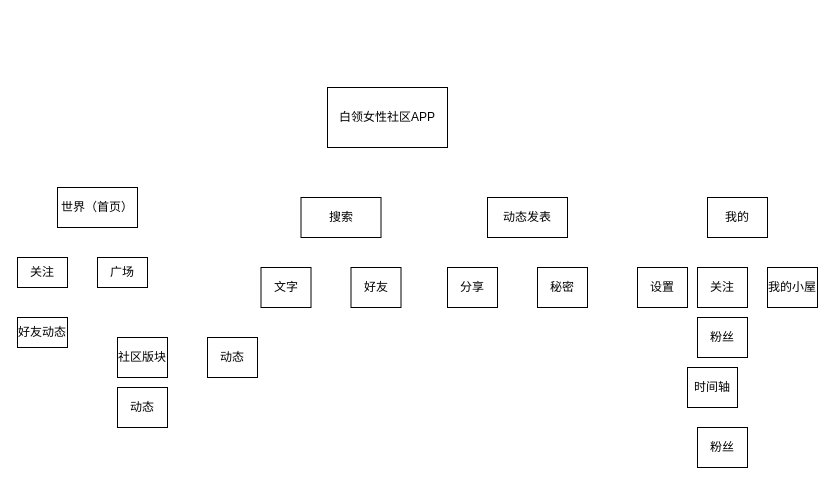
Earlier version of the draw.io diagram Untitled Diagram.drawio (Corkkly/officeLady). Source tidied: cells renumbered, new cells numbered last; positions are measured from the earlier drawing's top-left corner, leaving out a move shared by most shapes. Both pictures are drawn from the tidied source at 100%, with x=0, y=0 at pixel (17, 87).
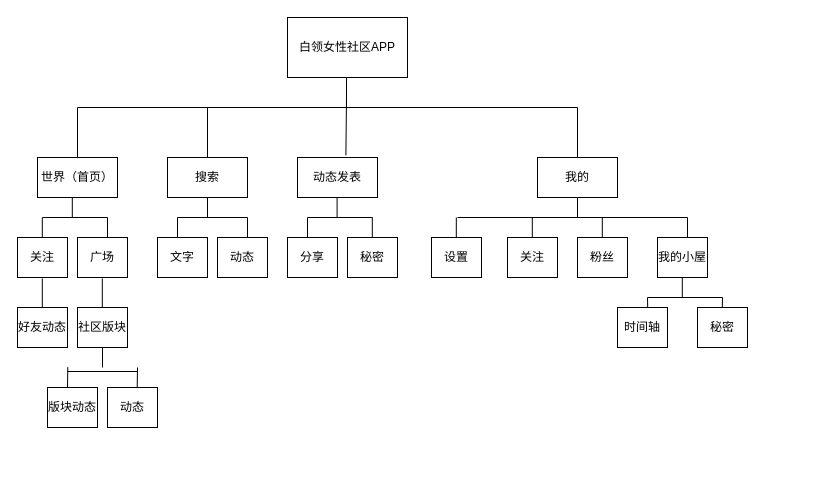
After the change.

Change to the diagram source:
```diff
@@
     <mxCell id="2" value="白领女性社区APP" style="rounded=0;whiteSpace=wrap;html=1;" parent="1" vertex="1">
-      <mxGeometry x="310" width="120" height="60" as="geometry" />
+      <mxGeometry x="270" y="-70" width="120" height="60" as="geometry" />
     </mxCell>
     <mxCell id="3" value="搜索" style="rounded=0;whiteSpace=wrap;html=1;" parent="1" vertex="1">
-      <mxGeometry x="283.5" y="110" width="80" height="40" as="geometry" />
+      <mxGeometry x="150" y="70" width="80" height="40" as="geometry" />
     </mxCell>
     <mxCell id="4" value="世界（首页）" style="rounded=0;whiteSpace=wrap;html=1;" parent="1" vertex="1">
-      <mxGeometry x="40" y="100" width="80" height="40" as="geometry" />
+      <mxGeometry x="20" y="70" width="80" height="40" as="geometry" />
     </mxCell>
     <mxCell id="5" value="动态发表" style="rounded=0;whiteSpace=wrap;html=1;" parent="1" vertex="1">
-      <mxGeometry x="470" y="110" width="80" height="40" as="geometry" />
+      <mxGeometry x="280" y="70" width="80" height="40" as="geometry" />
     </mxCell>
     <mxCell id="6" value="我的" style="rounded=0;whiteSpace=wrap;html=1;" parent="1" vertex="1">
-      <mxGeometry x="690" y="110" width="60" height="40" as="geometry" />
+      <mxGeometry x="520" y="70" width="80" height="40" as="geometry" />
     </mxCell>
     <mxCell id="7" value="关注" style="rounded=0;whiteSpace=wrap;html=1;" parent="1" vertex="1">
-      <mxGeometry y="170" width="50" height="30" as="geometry" />
+      <mxGeometry y="150" width="50" height="40" as="geometry" />
     </mxCell>
     <mxCell id="8" value="广场" style="rounded=0;whiteSpace=wrap;html=1;" parent="1" vertex="1">
-      <mxGeometry x="80" y="170" width="50" height="30" as="geometry" />
+      <mxGeometry x="60" y="150" width="50" height="40" as="geometry" />
     </mxCell>
     <mxCell id="9" value="好友动态" style="rounded=0;whiteSpace=wrap;html=1;" parent="1" vertex="1">
-      <mxGeometry y="230" width="50" height="30" as="geometry" />
+      <mxGeometry y="220" width="50" height="40" as="geometry" />
     </mxCell>
     <mxCell id="10" value="社区版块" style="rounded=0;whiteSpace=wrap;html=1;" parent="1" vertex="1">
-      <mxGeometry x="100" y="250" width="50" height="40" as="geometry" />
+      <mxGeometry x="60" y="220" width="50" height="40" as="geometry" />
     </mxCell>
     <mxCell id="11" value="动态" style="rounded=0;whiteSpace=wrap;html=1;" parent="1" vertex="1">
-      <mxGeometry x="190" y="250" width="50" height="40" as="geometry" />
+      <mxGeometry x="200" y="150" width="50" height="40" as="geometry" />
     </mxCell>
-    <mxCell id="12" value="动态" style="rounded=0;whiteSpace=wrap;html=1;" parent="1" vertex="1">
-      <mxGeometry x="100" y="300" width="50" height="40" as="geometry" />
+    <mxCell id="12" value="版块动态" style="rounded=0;whiteSpace=wrap;html=1;" parent="1" vertex="1">
+      <mxGeometry x="30" y="300" width="50" height="40" as="geometry" />
     </mxCell>
     <mxCell id="13" value="文字" style="rounded=0;whiteSpace=wrap;html=1;" parent="1" vertex="1">
-      <mxGeometry x="243.5" y="180" width="50" height="40" as="geometry" />
+      <mxGeometry x="140" y="150" width="50" height="40" as="geometry" />
     </mxCell>
-    <mxCell id="14" value="好友" style="rounded=0;whiteSpace=wrap;html=1;" parent="1" vertex="1">
-      <mxGeometry x="333.5" y="180" width="50" height="40" as="geometry" />
+    <mxCell id="14" value="动态" style="rounded=0;whiteSpace=wrap;html=1;" parent="1" vertex="1">
+      <mxGeometry x="90" y="300" width="50" height="40" as="geometry" />
     </mxCell>
     <mxCell id="15" value="分享" style="rounded=0;whiteSpace=wrap;html=1;" parent="1" vertex="1">
-      <mxGeometry x="430" y="180" width="50" height="40" as="geometry" />
+      <mxGeometry x="270" y="150" width="50" height="40" as="geometry" />
     </mxCell>
     <mxCell id="16" value="秘密" style="rounded=0;whiteSpace=wrap;html=1;" parent="1" vertex="1">
-      <mxGeometry x="520" y="180" width="50" height="40" as="geometry" />
+      <mxGeometry x="330" y="150" width="50" height="40" as="geometry" />
     </mxCell>
     <mxCell id="17" value="设置" style="rounded=0;whiteSpace=wrap;html=1;" parent="1" vertex="1">
-      <mxGeometry x="620" y="180" width="50" height="40" as="geometry" />
+      <mxGeometry x="414" y="150" width="50" height="40" as="geometry" />
     </mxCell>
     <mxCell id="18" value="关注" style="rounded=0;whiteSpace=wrap;html=1;" parent="1" vertex="1">
-      <mxGeometry x="680" y="180" width="50" height="40" as="geometry" />
+      <mxGeometry x="490" y="150" width="50" height="40" as="geometry" />
     </mxCell>
     <mxCell id="19" value="粉丝" style="rounded=0;whiteSpace=wrap;html=1;" parent="1" vertex="1">
-      <mxGeometry x="680" y="230" width="50" height="40" as="geometry" />
+      <mxGeometry x="560" y="150" width="50" height="40" as="geometry" />
     </mxCell>
     <mxCell id="20" value="我的小屋" style="rounded=0;whiteSpace=wrap;html=1;" parent="1" vertex="1">
-      <mxGeometry x="750" y="180" width="50" height="40" as="geometry" />
+      <mxGeometry x="640" y="150" width="50" height="40" as="geometry" />
     </mxCell>
     <mxCell id="21" value="时间轴" style="rounded=0;whiteSpace=wrap;html=1;" parent="1" vertex="1">
-      <mxGeometry x="670" y="280" width="50" height="40" as="geometry" />
+      <mxGeometry x="600" y="220" width="50" height="40" as="geometry" />
     </mxCell>
-    <mxCell id="22" value="粉丝" style="rounded=0;whiteSpace=wrap;html=1;" parent="1" vertex="1">
-      <mxGeometry x="680" y="340" width="50" height="40" as="geometry" />
-    </mxCell>
+    <mxCell id="23" value="秘密&lt;br&gt;" style="rounded=0;whiteSpace=wrap;html=1;" parent="1" vertex="1">
+      <mxGeometry x="680" y="220" width="50" height="40" as="geometry" />
+    </mxCell>
+    <mxCell id="24" style="edgeStyle=orthogonalEdgeStyle;rounded=0;orthogonalLoop=1;jettySize=auto;html=1;exitX=0.5;exitY=1;exitDx=0;exitDy=0;" parent="1" edge="1">
+      <mxGeometry relative="1" as="geometry">
+        <mxPoint x="85" y="200" as="sourcePoint" />
+        <mxPoint x="85" y="200" as="targetPoint" />
+      </mxGeometry>
+    </mxCell>
+    <mxCell id="25" style="endArrow=none;html=1;" parent="1" edge="1">
+      <mxGeometry relative="1" as="geometry">
+        <mxPoint x="60" y="20" as="sourcePoint" />
+        <mxPoint x="560" y="20" as="targetPoint" />
+      </mxGeometry>
+    </mxCell>
+    <mxCell id="26" style="endArrow=none;html=1;" parent="1" edge="1">
+      <mxGeometry relative="1" as="geometry">
+        <mxPoint x="440" y="130" as="sourcePoint" />
+        <mxPoint x="670" y="130" as="targetPoint" />
+      </mxGeometry>
+    </mxCell>
+    <mxCell id="27" style="endArrow=none;html=1;" parent="1" edge="1">
+      <mxGeometry relative="1" as="geometry">
+        <mxPoint x="25" y="130" as="sourcePoint" />
+        <mxPoint x="90" y="130" as="targetPoint" />
+      </mxGeometry>
+    </mxCell>
+    <mxCell id="28" style="endArrow=none;html=1;" parent="1" edge="1">
+      <mxGeometry relative="1" as="geometry">
+        <mxPoint x="160" y="130" as="sourcePoint" />
+        <mxPoint x="230" y="130" as="targetPoint" />
+      </mxGeometry>
+    </mxCell>
+    <mxCell id="29" style="endArrow=none;html=1;" parent="1" edge="1">
+      <mxGeometry relative="1" as="geometry">
+        <mxPoint x="290" y="130" as="sourcePoint" />
+        <mxPoint x="355" y="130" as="targetPoint" />
+      </mxGeometry>
+    </mxCell>
+    <mxCell id="30" style="endArrow=none;html=1;" parent="1" edge="1">
+      <mxGeometry relative="1" as="geometry">
+        <mxPoint x="50" y="284" as="sourcePoint" />
+        <mxPoint x="120" y="284" as="targetPoint" />
+      </mxGeometry>
+    </mxCell>
+    <mxCell id="31" style="endArrow=none;html=1;" parent="1" edge="1">
+      <mxGeometry relative="1" as="geometry">
+        <mxPoint x="630" y="210" as="sourcePoint" />
+        <mxPoint x="705" y="210" as="targetPoint" />
+      </mxGeometry>
+    </mxCell>
+    <mxCell id="32" style="endArrow=none;html=1;" parent="1" edge="1">
+      <mxGeometry relative="1" as="geometry">
+        <mxPoint x="560" y="70" as="sourcePoint" />
+        <mxPoint x="560" y="20" as="targetPoint" />
+      </mxGeometry>
+    </mxCell>
+    <mxCell id="33" style="endArrow=none;html=1;" parent="1" edge="1">
+      <mxGeometry relative="1" as="geometry">
+        <mxPoint x="60" y="70" as="sourcePoint" />
+        <mxPoint x="60" y="20" as="targetPoint" />
+      </mxGeometry>
+    </mxCell>
+    <mxCell id="34" style="endArrow=none;html=1;" parent="1" edge="1">
+      <mxGeometry relative="1" as="geometry">
+        <mxPoint x="329" y="20" as="sourcePoint" />
+        <mxPoint x="329" y="-10" as="targetPoint" />
+      </mxGeometry>
+    </mxCell>
+    <mxCell id="35" style="endArrow=none;html=1;" parent="1" edge="1">
+      <mxGeometry relative="1" as="geometry">
+        <mxPoint x="190" y="70" as="sourcePoint" />
+        <mxPoint x="190" y="20" as="targetPoint" />
+      </mxGeometry>
+    </mxCell>
+    <mxCell id="36" style="endArrow=none;html=1;exitX=0.605;exitY=-0.055;exitDx=0;exitDy=0;exitPerimeter=0;" parent="1" edge="1" source="5">
+      <mxGeometry relative="1" as="geometry">
+        <mxPoint x="329" y="10" as="targetPoint" />
+      </mxGeometry>
+    </mxCell>
+    <mxCell id="37" style="endArrow=none;html=1;" parent="1" edge="1">
+      <mxGeometry relative="1" as="geometry">
+        <mxPoint x="90" y="130" as="sourcePoint" />
+        <mxPoint x="90" y="150" as="targetPoint" />
+      </mxGeometry>
+    </mxCell>
+    <mxCell id="38" style="endArrow=none;html=1;" parent="1" edge="1">
+      <mxGeometry relative="1" as="geometry">
+        <mxPoint x="24.8" y="130" as="sourcePoint" />
+        <mxPoint x="24.8" y="150" as="targetPoint" />
+      </mxGeometry>
+    </mxCell>
+    <mxCell id="39" style="endArrow=none;html=1;" parent="1" edge="1">
+      <mxGeometry relative="1" as="geometry">
+        <mxPoint x="54.8" y="110" as="sourcePoint" />
+        <mxPoint x="54.8" y="130" as="targetPoint" />
+      </mxGeometry>
+    </mxCell>
+    <mxCell id="40" style="endArrow=none;html=1;" parent="1" edge="1">
+      <mxGeometry relative="1" as="geometry">
+        <mxPoint x="190" y="110" as="sourcePoint" />
+        <mxPoint x="190" y="130" as="targetPoint" />
+      </mxGeometry>
+    </mxCell>
+    <mxCell id="41" style="endArrow=none;html=1;" parent="1" edge="1">
+      <mxGeometry relative="1" as="geometry">
+        <mxPoint x="160" y="130" as="sourcePoint" />
+        <mxPoint x="160" y="150" as="targetPoint" />
+      </mxGeometry>
+    </mxCell>
+    <mxCell id="42" style="endArrow=none;html=1;" parent="1" edge="1">
+      <mxGeometry relative="1" as="geometry">
+        <mxPoint x="230" y="130" as="sourcePoint" />
+        <mxPoint x="230" y="150" as="targetPoint" />
+      </mxGeometry>
+    </mxCell>
+    <mxCell id="43" style="endArrow=none;html=1;" parent="1" edge="1">
+      <mxGeometry relative="1" as="geometry">
+        <mxPoint x="319.6" y="110" as="sourcePoint" />
+        <mxPoint x="319.6" y="130" as="targetPoint" />
+      </mxGeometry>
+    </mxCell>
+    <mxCell id="44" style="endArrow=none;html=1;" parent="1" edge="1">
+      <mxGeometry relative="1" as="geometry">
+        <mxPoint x="514.8" y="130" as="sourcePoint" />
+        <mxPoint x="514.8" y="150" as="targetPoint" />
+      </mxGeometry>
+    </mxCell>
+    <mxCell id="45" style="endArrow=none;html=1;" parent="1" edge="1">
+      <mxGeometry relative="1" as="geometry">
+        <mxPoint x="290" y="130" as="sourcePoint" />
+        <mxPoint x="290" y="150" as="targetPoint" />
+      </mxGeometry>
+    </mxCell>
+    <mxCell id="46" style="endArrow=none;html=1;" parent="1" edge="1">
+      <mxGeometry relative="1" as="geometry">
+        <mxPoint x="438.8" y="130" as="sourcePoint" />
+        <mxPoint x="438.8" y="150" as="targetPoint" />
+      </mxGeometry>
+    </mxCell>
+    <mxCell id="47" style="endArrow=none;html=1;" parent="1" edge="1">
+      <mxGeometry relative="1" as="geometry">
+        <mxPoint x="354.8" y="130" as="sourcePoint" />
+        <mxPoint x="354.8" y="150" as="targetPoint" />
+      </mxGeometry>
+    </mxCell>
+    <mxCell id="48" style="endArrow=none;html=1;" parent="1" edge="1">
+      <mxGeometry relative="1" as="geometry">
+        <mxPoint x="584.8" y="130" as="sourcePoint" />
+        <mxPoint x="584.8" y="150" as="targetPoint" />
+      </mxGeometry>
+    </mxCell>
+    <mxCell id="49" style="endArrow=none;html=1;" parent="1" edge="1">
+      <mxGeometry relative="1" as="geometry">
+        <mxPoint x="560" y="110" as="sourcePoint" />
+        <mxPoint x="560" y="130" as="targetPoint" />
+      </mxGeometry>
+    </mxCell>
+    <mxCell id="50" style="endArrow=none;html=1;" parent="1" edge="1">
+      <mxGeometry relative="1" as="geometry">
+        <mxPoint x="664.8" y="190" as="sourcePoint" />
+        <mxPoint x="664.8" y="210" as="targetPoint" />
+      </mxGeometry>
+    </mxCell>
+    <mxCell id="51" style="endArrow=none;html=1;" parent="1" edge="1">
+      <mxGeometry relative="1" as="geometry">
+        <mxPoint x="705" y="210" as="sourcePoint" />
+        <mxPoint x="704.8" y="220" as="targetPoint" />
+      </mxGeometry>
+    </mxCell>
+    <mxCell id="52" style="endArrow=none;html=1;" parent="1" edge="1">
+      <mxGeometry relative="1" as="geometry">
+        <mxPoint x="670" y="130" as="sourcePoint" />
+        <mxPoint x="670" y="150" as="targetPoint" />
+      </mxGeometry>
+    </mxCell>
+    <mxCell id="53" style="endArrow=none;html=1;" parent="1" edge="1">
+      <mxGeometry relative="1" as="geometry">
+        <mxPoint x="630" y="210" as="sourcePoint" />
+        <mxPoint x="630.2" y="220" as="targetPoint" />
+      </mxGeometry>
+    </mxCell>
+    <mxCell id="54" style="endArrow=none;html=1;" parent="1" edge="1">
+      <mxGeometry relative="1" as="geometry">
+        <mxPoint x="24.8" y="191" as="sourcePoint" />
+        <mxPoint x="24.8" y="220" as="targetPoint" />
+      </mxGeometry>
+    </mxCell>
+    <mxCell id="55" style="endArrow=none;html=1;" parent="1" edge="1">
+      <mxGeometry relative="1" as="geometry">
+        <mxPoint x="85" y="260" as="sourcePoint" />
+        <mxPoint x="85" y="280" as="targetPoint" />
+      </mxGeometry>
+    </mxCell>
+    <mxCell id="56" style="endArrow=none;html=1;entryX=0.594;entryY=0.008;entryDx=0;entryDy=0;entryPerimeter=0;" parent="1" edge="1" target="14">
+      <mxGeometry relative="1" as="geometry">
+        <mxPoint x="120" y="280" as="sourcePoint" />
+      </mxGeometry>
+    </mxCell>
+    <mxCell id="57" style="endArrow=none;html=1;entryX=0.594;entryY=0.008;entryDx=0;entryDy=0;entryPerimeter=0;" parent="1" edge="1">
+      <mxGeometry relative="1" as="geometry">
+        <mxPoint x="50.3" y="279.7" as="sourcePoint" />
+        <mxPoint x="50" y="300" as="targetPoint" />
+      </mxGeometry>
+    </mxCell>
+    <mxCell id="58" style="endArrow=none;html=1;" parent="1" edge="1">
+      <mxGeometry relative="1" as="geometry">
+        <mxPoint x="84.8" y="191" as="sourcePoint" />
+        <mxPoint x="84.8" y="220" as="targetPoint" />
+      </mxGeometry>
+    </mxCell>
```
